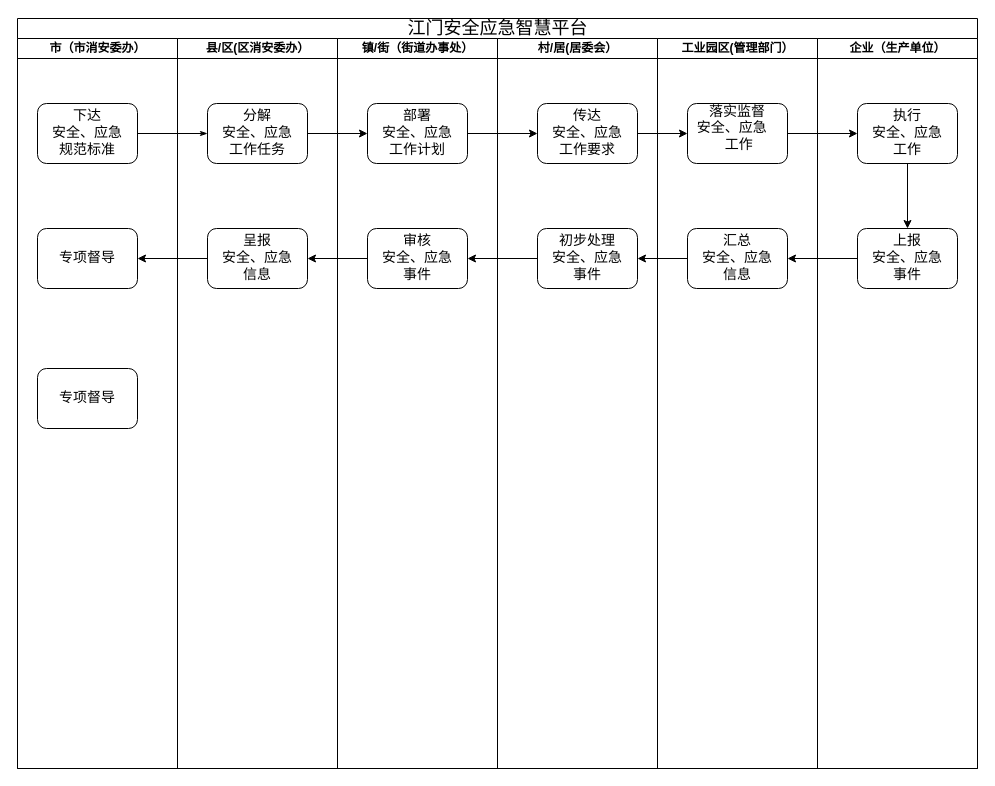
Above: 安全应急智慧平台六级联动流程.drawio in JamesCheungSW/FlowChart-Center (draw.io), before the change. Source tidied: cells renumbered, new cells numbered last; positions are measured from the earlier drawing's top-left corner, leaving out a move shared by most shapes. Both pictures are drawn from the tidied source at 100%, with x=0, y=0 at pixel (17, 18).
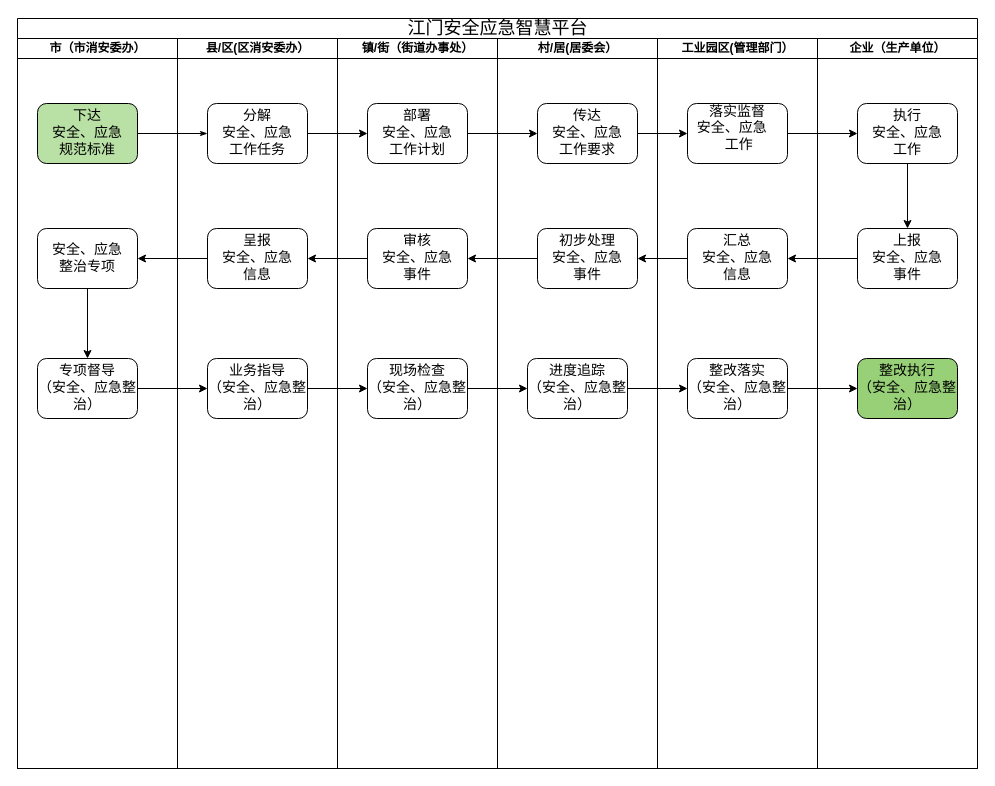
The same diagram, later.

Commit message (it also covers changes not shown here):
更新安全应急智慧平台六级联动流程.drawio

The change refers to these unchanged cells:
```xml
<mxCell id="2" value="&lt;font face=&quot;Times New Roman&quot; style=&quot;font-size: 18px; font-weight: normal;&quot;&gt;江门安全应急智慧平台&lt;/font&gt;" style="swimlane;html=1;startSize=20;rounded=0;shadow=0;labelBackgroundColor=none;strokeWidth=1;fontFamily=Verdana;fontSize=8;align=center;" parent="1" vertex="1">
  <mxGeometry width="960" height="750" as="geometry" />
</mxCell>
<mxCell id="4" value="市（市消安委办）" style="swimlane;html=1;startSize=20;" parent="2" vertex="1">
  <mxGeometry y="20" width="160" height="730" as="geometry" />
</mxCell>
<mxCell id="8" value="县/区(区消安委办）" style="swimlane;html=1;startSize=20;" parent="2" vertex="1">
  <mxGeometry x="160" y="20" width="160" height="730" as="geometry" />
</mxCell>
<mxCell id="11" value="镇/街（街道办事处）" style="swimlane;html=1;startSize=20;" parent="2" vertex="1">
  <mxGeometry x="320" y="20" width="160" height="730" as="geometry" />
</mxCell>
<mxCell id="14" value="村/居(居委会）" style="swimlane;html=1;startSize=20;" parent="2" vertex="1">
  <mxGeometry x="480" y="20" width="160" height="730" as="geometry" />
</mxCell>
<mxCell id="17" value="工业园区(管理部门）" style="swimlane;html=1;startSize=20;" parent="2" vertex="1">
  <mxGeometry x="640" y="20" width="160" height="730" as="geometry" />
</mxCell>
<mxCell id="20" value="企业（生产单位）" style="swimlane;html=1;startSize=20;" parent="2" vertex="1">
  <mxGeometry x="800" y="20" width="160" height="730" as="geometry" />
</mxCell>
```

Diff of the diagram source:
```diff
@@
-    <mxCell id="5" value="&lt;font face=&quot;Times New Roman&quot; style=&quot;font-size: 14px;&quot;&gt;下达&lt;/font&gt;&lt;div&gt;&lt;font face=&quot;Times New Roman&quot; style=&quot;font-size: 14px;&quot;&gt;安全、应急&lt;/font&gt;&lt;/div&gt;&lt;div&gt;&lt;font face=&quot;Times New Roman&quot; style=&quot;font-size: 14px;&quot;&gt;规范标准&lt;/font&gt;&lt;/div&gt;" style="rounded=1;whiteSpace=wrap;html=1;shadow=0;labelBackgroundColor=none;strokeWidth=1;fontFamily=Verdana;fontSize=8;align=center;" parent="4" vertex="1">
+    <mxCell id="5" value="&lt;font face=&quot;Times New Roman&quot; style=&quot;font-size: 14px;&quot;&gt;下达&lt;/font&gt;&lt;div&gt;&lt;font face=&quot;Times New Roman&quot; style=&quot;font-size: 14px;&quot;&gt;安全、应急&lt;/font&gt;&lt;/div&gt;&lt;div&gt;&lt;font face=&quot;Times New Roman&quot; style=&quot;font-size: 14px;&quot;&gt;规范标准&lt;/font&gt;&lt;/div&gt;" style="rounded=1;whiteSpace=wrap;html=1;shadow=0;labelBackgroundColor=none;strokeWidth=1;fontFamily=Verdana;fontSize=8;align=center;fillColor=#B9E0A5;" parent="4" vertex="1">
       <mxGeometry x="20" y="65" width="100" height="60" as="geometry" />
     </mxCell>
+    <mxCell id="33" style="edgeStyle=orthogonalEdgeStyle;rounded=0;jettySize=auto;html=1;" parent="4" edge="1" source="6" target="34">
+      <mxGeometry relative="1" as="geometry" />
+    </mxCell>
-    <mxCell id="6" value="&lt;font face=&quot;Times New Roman&quot;&gt;&lt;span style=&quot;font-size: 14px;&quot;&gt;专项督导&lt;/span&gt;&lt;/font&gt;" style="rounded=1;whiteSpace=wrap;html=1;shadow=0;labelBackgroundColor=none;strokeWidth=1;fontFamily=Verdana;fontSize=8;align=center;" parent="4" vertex="1">
+    <mxCell id="6" value="&lt;font face=&quot;Times New Roman&quot;&gt;&lt;span style=&quot;font-size: 14px;&quot;&gt;安全、应急&lt;/span&gt;&lt;/font&gt;&lt;div&gt;&lt;font face=&quot;Times New Roman&quot;&gt;&lt;span style=&quot;font-size: 14px;&quot;&gt;整治专项&lt;/span&gt;&lt;/font&gt;&lt;/div&gt;" style="rounded=1;whiteSpace=wrap;html=1;shadow=0;labelBackgroundColor=none;strokeWidth=1;fontFamily=Verdana;fontSize=8;align=center;" parent="4" vertex="1">
       <mxGeometry x="20" y="190" width="100" height="60" as="geometry" />
     </mxCell>
-    <mxCell id="7" value="&lt;font face=&quot;Times New Roman&quot;&gt;&lt;span style=&quot;font-size: 14px;&quot;&gt;专项督导&lt;/span&gt;&lt;/font&gt;" style="rounded=1;whiteSpace=wrap;html=1;shadow=0;labelBackgroundColor=none;strokeWidth=1;fontFamily=Verdana;fontSize=8;align=center;" parent="4" vertex="1">
-      <mxGeometry x="20" y="330" width="100" height="60" as="geometry" />
-    </mxCell>
+    <mxCell id="34" value="&lt;font face=&quot;Times New Roman&quot;&gt;&lt;span style=&quot;font-size: 14px;&quot;&gt;专项督导&lt;br&gt;（安全、应急整治）&lt;/span&gt;&lt;/font&gt;" style="rounded=1;whiteSpace=wrap;html=1;shadow=0;labelBackgroundColor=none;strokeWidth=1;fontFamily=Verdana;fontSize=8;align=center;" parent="4" vertex="1">
+      <mxGeometry x="20" y="320" width="100" height="60" as="geometry" />
+    </mxCell>
@@
+    <mxCell id="35" value="&lt;font face=&quot;Times New Roman&quot;&gt;&lt;span style=&quot;font-size: 14px;&quot;&gt;业务指导&lt;br&gt;（安全、应急整治）&lt;/span&gt;&lt;/font&gt;" style="rounded=1;whiteSpace=wrap;html=1;shadow=0;labelBackgroundColor=none;strokeWidth=1;fontFamily=Verdana;fontSize=8;align=center;" parent="8" vertex="1">
+      <mxGeometry x="30" y="320" width="100" height="60" as="geometry" />
+    </mxCell>
@@
+    <mxCell id="36" value="&lt;font face=&quot;Times New Roman&quot;&gt;&lt;span style=&quot;font-size: 14px;&quot;&gt;现场检查&lt;br&gt;（安全、应急整治）&lt;/span&gt;&lt;/font&gt;" style="rounded=1;whiteSpace=wrap;html=1;shadow=0;labelBackgroundColor=none;strokeWidth=1;fontFamily=Verdana;fontSize=8;align=center;" parent="11" vertex="1">
+      <mxGeometry x="30" y="320" width="100" height="60" as="geometry" />
+    </mxCell>
@@
+    <mxCell id="37" value="&lt;font face=&quot;Times New Roman&quot;&gt;&lt;span style=&quot;font-size: 14px;&quot;&gt;进度追踪&lt;br&gt;（安全、应急整治）&lt;/span&gt;&lt;/font&gt;" style="rounded=1;whiteSpace=wrap;html=1;shadow=0;labelBackgroundColor=none;strokeWidth=1;fontFamily=Verdana;fontSize=8;align=center;" parent="14" vertex="1">
+      <mxGeometry x="30" y="320" width="100" height="60" as="geometry" />
+    </mxCell>
@@
+    <mxCell id="38" value="&lt;font face=&quot;Times New Roman&quot;&gt;&lt;span style=&quot;font-size: 14px;&quot;&gt;整改落实&lt;br&gt;（安全、应急整治）&lt;/span&gt;&lt;/font&gt;" style="rounded=1;whiteSpace=wrap;html=1;shadow=0;labelBackgroundColor=none;strokeWidth=1;fontFamily=Verdana;fontSize=8;align=center;" parent="17" vertex="1">
+      <mxGeometry x="30" y="320" width="100" height="60" as="geometry" />
+    </mxCell>
@@
+    <mxCell id="39" value="&lt;font face=&quot;Times New Roman&quot;&gt;&lt;span style=&quot;font-size: 14px;&quot;&gt;整改执行&lt;/span&gt;&lt;/font&gt;&lt;div&gt;&lt;font face=&quot;Times New Roman&quot;&gt;&lt;span style=&quot;font-size: 14px;&quot;&gt;（安全、应急整治）&lt;/span&gt;&lt;/font&gt;&lt;/div&gt;" style="rounded=1;whiteSpace=wrap;html=1;shadow=0;labelBackgroundColor=none;strokeWidth=1;fontFamily=Verdana;fontSize=8;align=center;fillColor=#97D077;" parent="20" vertex="1">
+      <mxGeometry x="40" y="320" width="100" height="60" as="geometry" />
+    </mxCell>
@@
+    <mxCell id="40" style="edgeStyle=orthogonalEdgeStyle;rounded=0;jettySize=auto;html=1;" parent="2" edge="1" source="34" target="35">
+      <mxGeometry relative="1" as="geometry" />
+    </mxCell>
+    <mxCell id="41" style="edgeStyle=orthogonalEdgeStyle;rounded=0;jettySize=auto;html=1;" parent="2" edge="1" source="35" target="36">
+      <mxGeometry relative="1" as="geometry" />
+    </mxCell>
+    <mxCell id="42" style="edgeStyle=orthogonalEdgeStyle;rounded=0;jettySize=auto;html=1;" parent="2" edge="1" source="36" target="37">
+      <mxGeometry relative="1" as="geometry" />
+    </mxCell>
+    <mxCell id="43" style="edgeStyle=orthogonalEdgeStyle;rounded=0;jettySize=auto;html=1;" parent="2" edge="1" source="37" target="38">
+      <mxGeometry relative="1" as="geometry" />
+    </mxCell>
+    <mxCell id="44" style="edgeStyle=orthogonalEdgeStyle;rounded=0;jettySize=auto;html=1;" parent="2" edge="1" source="38" target="39">
+      <mxGeometry relative="1" as="geometry" />
+    </mxCell>
```
